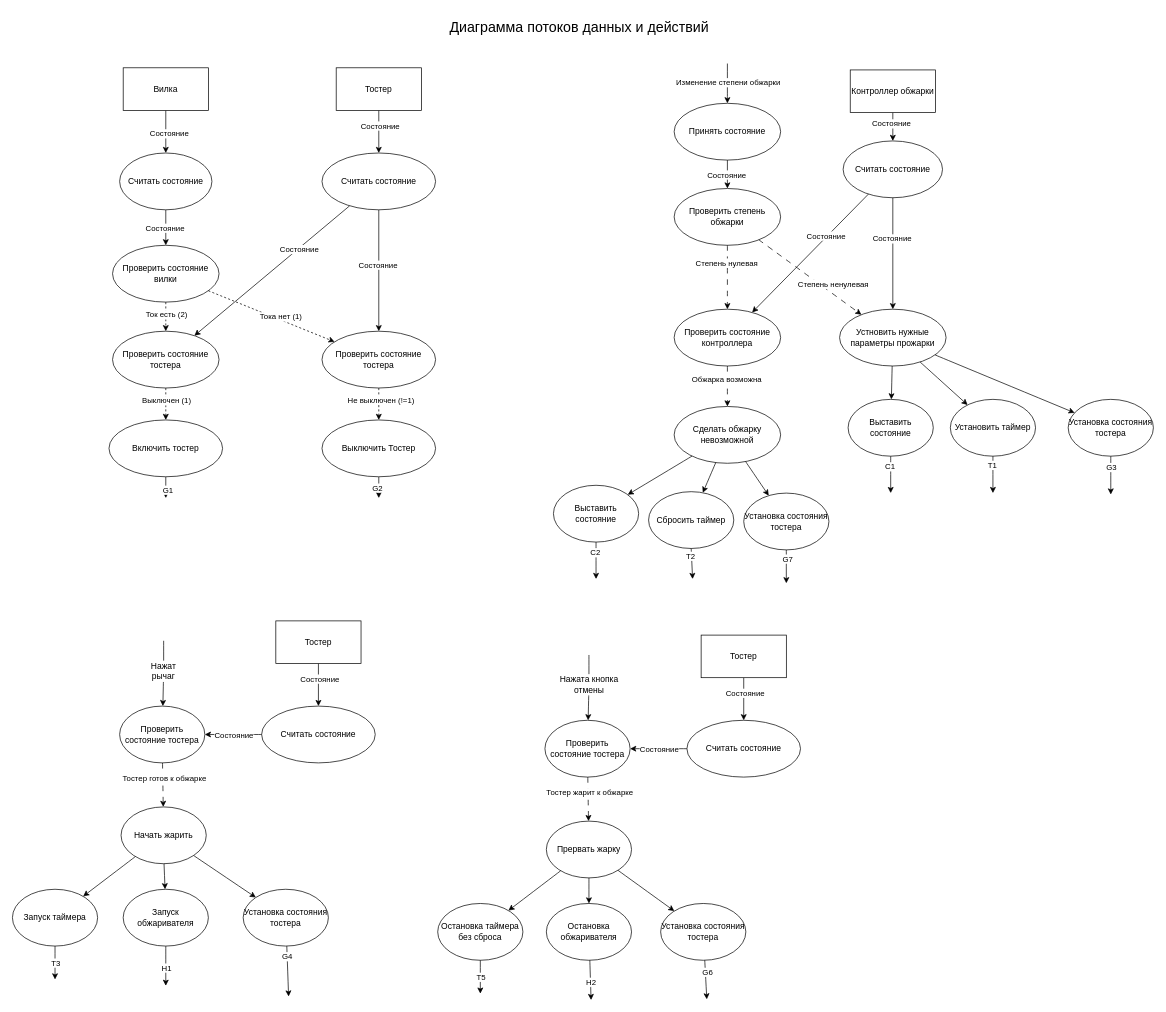
Danilado/IU7-OOP keeps this draw.io diagram as page "Диаграмма потоков данных и действий" (4 of 5) of lab_05/diagram.drawio. Above is the earlier version. Source tidied: cells renumbered, new cells numbered last; positions are measured from the earlier drawing's top-left corner, leaving out a move shared by most shapes. Both pictures are drawn from the tidied source at 71%, with x=0, y=0 at pixel (12, 12).
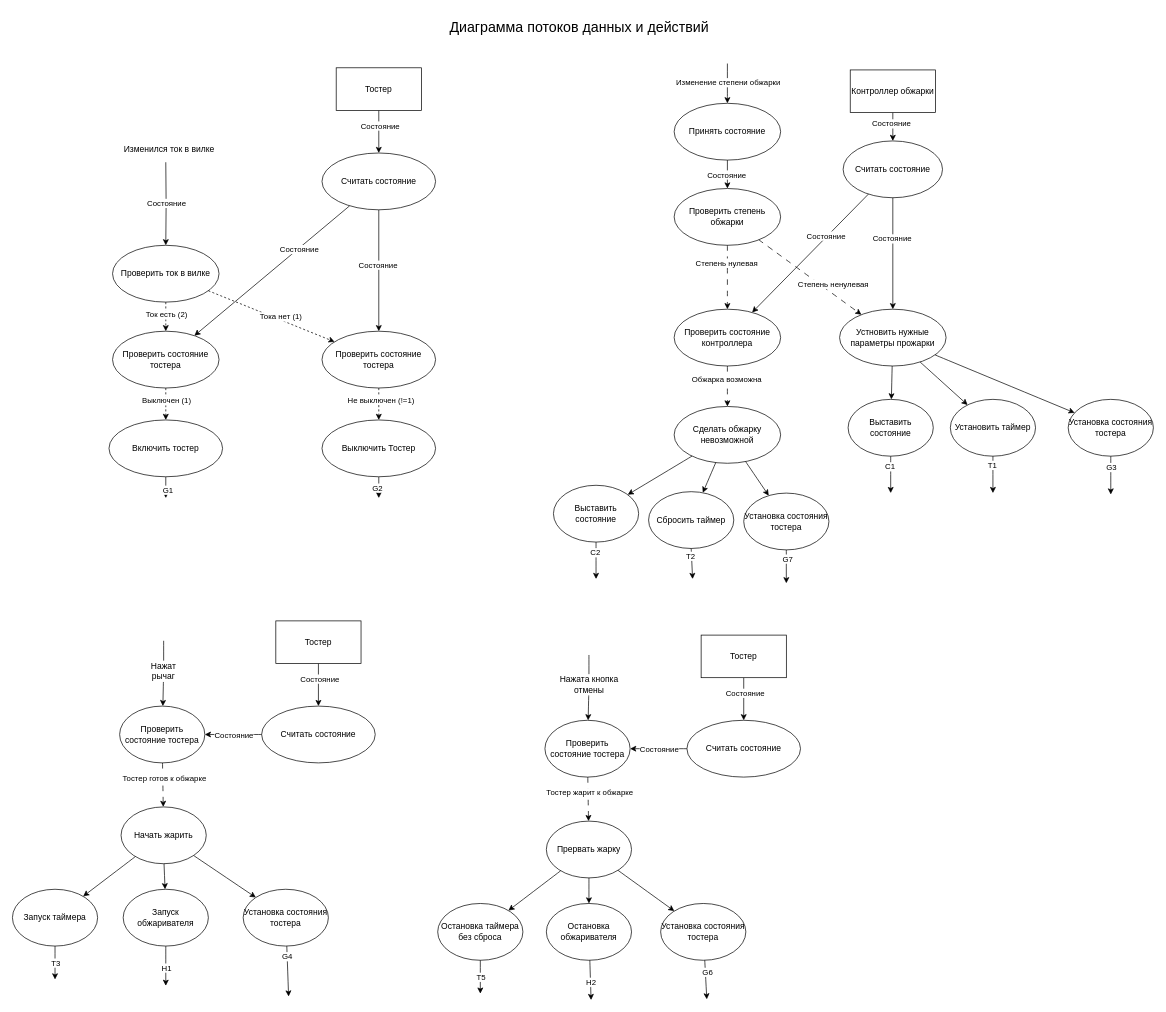
Above is the later version.

Diff of the diagram source:
```diff
@@
-    <mxCell id="3" style="edgeStyle=orthogonalEdgeStyle;rounded=0;jettySize=auto;html=1;exitX=0.5;exitY=1;exitDx=0;exitDy=0;entryX=0.5;entryY=0;entryDx=0;entryDy=0;" parent="1" edge="1" source="5" target="16">
-      <mxGeometry relative="1" as="geometry" />
-    </mxCell>
-    <mxCell id="4" value="Состояние" style="edgeLabel;html=1;align=center;verticalAlign=middle;" parent="3" vertex="1">
-      <mxGeometry x="0.07" y="4" relative="1" as="geometry" />
-    </mxCell>
-    <mxCell id="5" value="Вилка" style="whiteSpace=wrap;html=1;" parent="1" vertex="1">
-      <mxGeometry x="156" y="78" width="120" height="60" as="geometry" />
-    </mxCell>
@@
-    <mxCell id="14" style="edgeStyle=orthogonalEdgeStyle;rounded=0;jettySize=auto;html=1;exitX=0.5;exitY=1;exitDx=0;exitDy=0;entryX=0.5;entryY=0;entryDx=0;entryDy=0;" parent="1" edge="1" source="16" target="21">
-      <mxGeometry relative="1" as="geometry" />
+    <mxCell id="14" style="edgeStyle=orthogonalEdgeStyle;rounded=0;jettySize=auto;html=1;" parent="1" edge="1" target="21">
+      <mxGeometry relative="1" as="geometry">
+        <mxPoint x="216" y="211" as="sourcePoint" />
+      </mxGeometry>
     </mxCell>
@@
-    <mxCell id="16" value="Считать состояние" style="ellipse;whiteSpace=wrap;html=1;" parent="1" vertex="1">
-      <mxGeometry x="151" y="198" width="130" height="80" as="geometry" />
-    </mxCell>
@@
-    <mxCell id="21" value="Проверить состояние вилки" style="ellipse;whiteSpace=wrap;html=1;" parent="1" vertex="1">
+    <mxCell id="21" value="Проверить ток в вилке" style="ellipse;whiteSpace=wrap;html=1;" parent="1" vertex="1">
       <mxGeometry x="141" y="328" width="150" height="80" as="geometry" />
     </mxCell>
@@
+    <mxCell id="131" value="Изменился ток в вилке" style="text;html=1;strokeColor=none;fillColor=none;align=center;verticalAlign=middle;whiteSpace=wrap;rounded=0;" parent="1" vertex="1">
+      <mxGeometry x="141" y="178" width="160" height="30" as="geometry" />
+    </mxCell>
```
